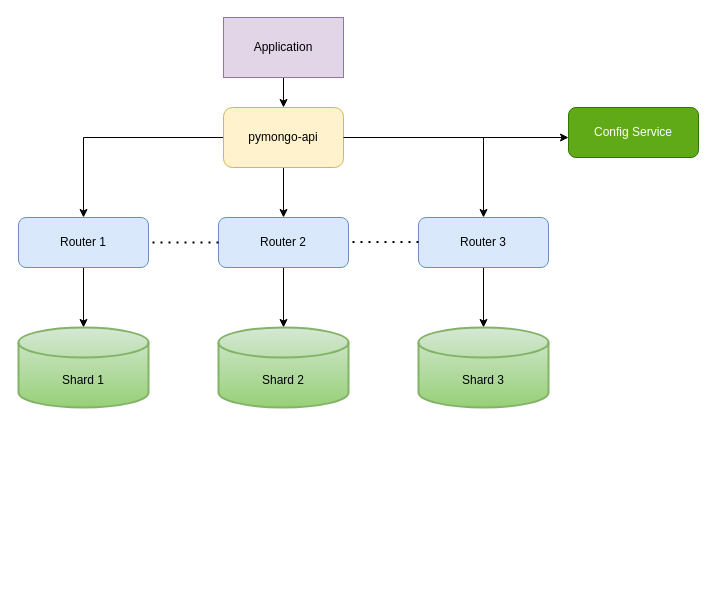
Above: page "mongo-sharding" (1 of 5) of task1.drawio in laksan1/architecture-sprint-2 (draw.io), before the change. Source tidied: cells renumbered, new cells numbered last; positions are measured from the earlier drawing's top-left corner, leaving out a move shared by most shapes. Both pictures are drawn from the tidied source at 100%, with x=0, y=0 at pixel (18, 17).
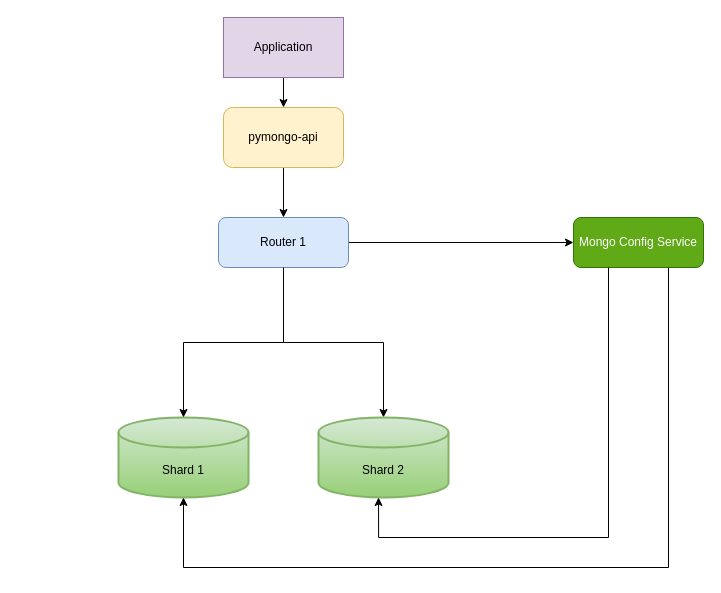
The same page after the edit.

The change refers to these unchanged cells:
```xml
<mxCell id="13" value="pymongo-api" style="rounded=1;whiteSpace=wrap;html=1;fillColor=#fff2cc;strokeColor=#d6b656;" parent="1" vertex="1">
  <mxGeometry x="205" y="90" width="120" height="60" as="geometry" />
</mxCell>
```

Diff of the diagram source:
```diff
@@
-    <mxCell id="4" style="edgeStyle=orthogonalEdgeStyle;rounded=0;jettySize=auto;html=1;" parent="1" edge="1" source="5" target="15">
-      <mxGeometry relative="1" as="geometry" />
-    </mxCell>
-    <mxCell id="5" value="Router 1" style="rounded=1;whiteSpace=wrap;html=1;fillColor=#dae8fc;strokeColor=#6c8ebf;" parent="1" vertex="1">
-      <mxGeometry y="200" width="130" height="50" as="geometry" />
-    </mxCell>
@@
+    <mxCell id="21" style="edgeStyle=orthogonalEdgeStyle;rounded=0;jettySize=auto;html=1;entryX=0;entryY=0.5;entryDx=0;entryDy=0;" parent="1" edge="1" source="7" target="14">
+      <mxGeometry relative="1" as="geometry" />
+    </mxCell>
-    <mxCell id="7" value="Router 2" style="rounded=1;whiteSpace=wrap;html=1;fillColor=#dae8fc;strokeColor=#6c8ebf;" parent="1" vertex="1">
+    <mxCell id="7" value="Router 1" style="rounded=1;whiteSpace=wrap;html=1;fillColor=#dae8fc;strokeColor=#6c8ebf;" parent="1" vertex="1">
       <mxGeometry x="200" y="200" width="130" height="50" as="geometry" />
     </mxCell>
-    <mxCell id="8" style="edgeStyle=orthogonalEdgeStyle;rounded=0;jettySize=auto;html=1;" parent="1" edge="1" source="9" target="17">
-      <mxGeometry relative="1" as="geometry" />
-    </mxCell>
-    <mxCell id="9" value="Router 3" style="rounded=1;whiteSpace=wrap;html=1;fillColor=#dae8fc;strokeColor=#6c8ebf;" parent="1" vertex="1">
-      <mxGeometry x="400" y="200" width="130" height="50" as="geometry" />
-    </mxCell>
-    <mxCell id="10" style="edgeStyle=orthogonalEdgeStyle;rounded=0;jettySize=auto;html=1;entryX=0.5;entryY=0;entryDx=0;entryDy=0;" parent="1" edge="1" source="13" target="9">
-      <mxGeometry relative="1" as="geometry" />
-    </mxCell>
@@
-    <mxCell id="12" style="edgeStyle=orthogonalEdgeStyle;rounded=0;jettySize=auto;html=1;entryX=0.5;entryY=0;entryDx=0;entryDy=0;" parent="1" edge="1" source="13" target="5">
-      <mxGeometry relative="1" as="geometry" />
-    </mxCell>
@@
-    <mxCell id="14" value="Config Service" style="rounded=1;whiteSpace=wrap;html=1;fillColor=#60a917;fontColor=#ffffff;strokeColor=#2D7600;" parent="1" vertex="1">
-      <mxGeometry x="550" y="90" width="130" height="50" as="geometry" />
+    <mxCell id="14" value="Mongo Config Service" style="rounded=1;whiteSpace=wrap;html=1;fillColor=#60a917;fontColor=#ffffff;strokeColor=#2D7600;" parent="1" vertex="1">
+      <mxGeometry x="555" y="200" width="130" height="50" as="geometry" />
     </mxCell>
     <mxCell id="15" value="Shard 1" style="shape=cylinder3;whiteSpace=wrap;html=1;boundedLbl=1;backgroundOutline=1;size=15;strokeWidth=2;fillColor=#d5e8d4;gradientColor=#97d077;strokeColor=#82b366;" parent="1" vertex="1">
-      <mxGeometry y="310" width="130" height="80" as="geometry" />
+      <mxGeometry x="100" y="400" width="130" height="80" as="geometry" />
     </mxCell>
     <mxCell id="16" value="Shard 2" style="shape=cylinder3;whiteSpace=wrap;html=1;boundedLbl=1;backgroundOutline=1;size=15;strokeWidth=2;fillColor=#d5e8d4;gradientColor=#97d077;strokeColor=#82b366;" parent="1" vertex="1">
-      <mxGeometry x="200" y="310" width="130" height="80" as="geometry" />
+      <mxGeometry x="300" y="400" width="130" height="80" as="geometry" />
     </mxCell>
-    <mxCell id="17" value="Shard 3" style="shape=cylinder3;whiteSpace=wrap;html=1;boundedLbl=1;backgroundOutline=1;size=15;strokeWidth=2;fillColor=#d5e8d4;gradientColor=#97d077;strokeColor=#82b366;" parent="1" vertex="1">
-      <mxGeometry x="400" y="310" width="130" height="80" as="geometry" />
-    </mxCell>
-    <mxCell id="18" style="endArrow=none;dashed=1;html=1;dashPattern=1 3;strokeWidth=2;rounded=0;entryX=1;entryY=0.5;entryDx=0;entryDy=0;exitX=0;exitY=0.5;exitDx=0;exitDy=0;" parent="1" edge="1" source="7" target="5">
-      <mxGeometry relative="1" as="geometry" />
-    </mxCell>
-    <mxCell id="19" style="endArrow=none;dashed=1;html=1;dashPattern=1 3;strokeWidth=2;rounded=0;entryX=1;entryY=0.5;entryDx=0;entryDy=0;exitX=0;exitY=0.5;exitDx=0;exitDy=0;" parent="1" edge="1">
-      <mxGeometry relative="1" as="geometry">
-        <mxPoint x="400" y="224.5" as="sourcePoint" />
-        <mxPoint x="330" y="224.5" as="targetPoint" />
-      </mxGeometry>
-    </mxCell>
-    <mxCell id="20" style="edgeStyle=orthogonalEdgeStyle;rounded=0;jettySize=auto;html=1;" parent="1" edge="1" source="13">
-      <mxGeometry relative="1" as="geometry">
-        <mxPoint x="550" y="120" as="targetPoint" />
-      </mxGeometry>
-    </mxCell>
+    <mxCell id="22" style="edgeStyle=orthogonalEdgeStyle;rounded=0;jettySize=auto;html=1;entryX=0.5;entryY=0;entryDx=0;entryDy=0;entryPerimeter=0;" parent="1" edge="1" source="7" target="15">
+      <mxGeometry relative="1" as="geometry" />
+    </mxCell>
+    <mxCell id="23" style="edgeStyle=orthogonalEdgeStyle;rounded=0;jettySize=auto;html=1;entryX=0.5;entryY=1;entryDx=0;entryDy=0;entryPerimeter=0;" parent="1" edge="1" source="14" target="15">
+      <mxGeometry relative="1" as="geometry">
+        <Array as="points">
+          <mxPoint x="650" y="550" />
+          <mxPoint x="165" y="550" />
+        </Array>
+      </mxGeometry>
+    </mxCell>
+    <mxCell id="24" style="edgeStyle=orthogonalEdgeStyle;rounded=0;jettySize=auto;html=1;entryX=0.462;entryY=1;entryDx=0;entryDy=0;entryPerimeter=0;" parent="1" edge="1" source="14" target="16">
+      <mxGeometry relative="1" as="geometry">
+        <Array as="points">
+          <mxPoint x="590" y="520" />
+          <mxPoint x="360" y="520" />
+        </Array>
+      </mxGeometry>
+    </mxCell>
```
